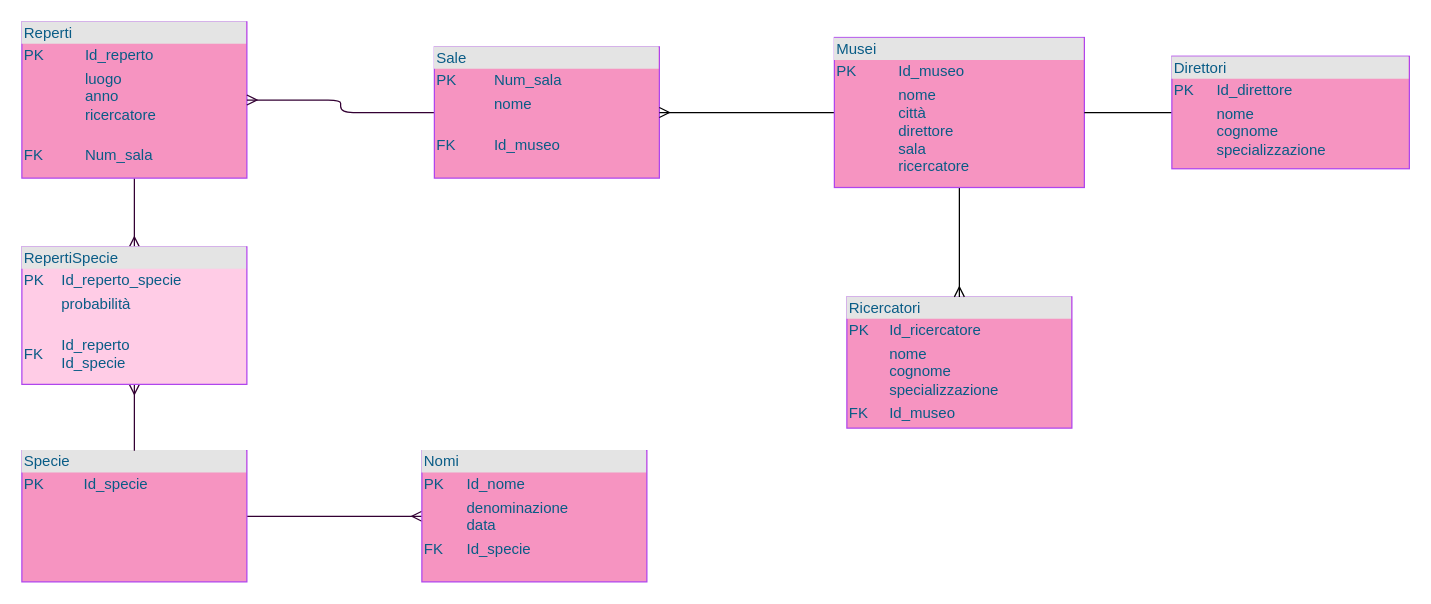
Earlier version of the draw.io diagram paleontologia.drawio (giadaventurini-pixel/vivailmelita). Source tidied: cells renumbered, new cells numbered last; positions are measured from the earlier drawing's top-left corner, leaving out a move shared by most shapes. Both pictures are drawn from the tidied source at 125%, with x=0, y=0 at pixel (21, 21).
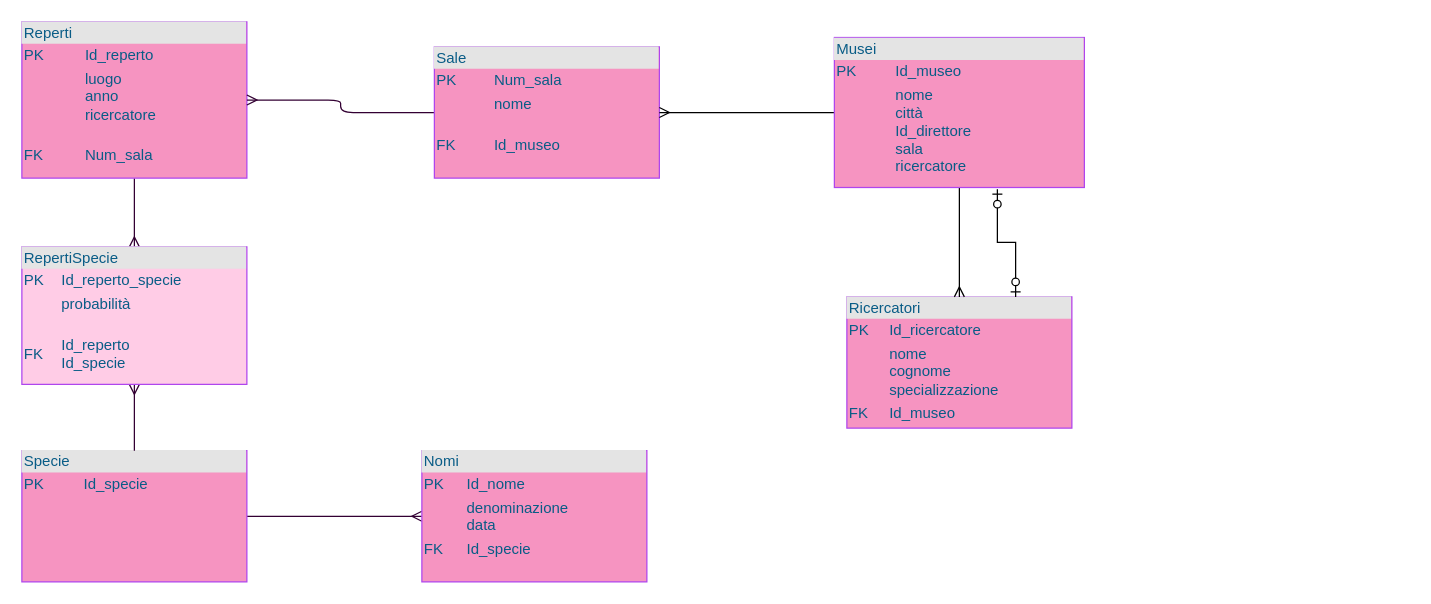
Above is the later version.

Change to the diagram source:
```diff
@@
 <mxGraphModel>
   <root>
     <mxCell id="0" />
     <mxCell id="1" parent="0" />
     <mxCell id="2" style="edgeStyle=orthogonalEdgeStyle;curved=0;rounded=1;sketch=0;jettySize=auto;html=1;entryX=0;entryY=0.5;entryDx=0;entryDy=0;fillColor=#F694C1;fontColor=#095C86;endArrow=ERmany;endFill=0;strokeColor=#330033;exitX=1;exitY=0.5;exitDx=0;exitDy=0;" parent="1" edge="1" source="11" target="12">
       <mxGeometry relative="1" as="geometry" />
     </mxCell>
     <mxCell id="3" style="edgeStyle=orthogonalEdgeStyle;curved=0;rounded=1;sketch=0;jettySize=auto;html=1;endArrow=ERmany;endFill=0;strokeColor=#330033;fillColor=#F694C1;fontColor=#095C86;exitX=0.5;exitY=1;exitDx=0;exitDy=0;entryX=0.5;entryY=0;entryDx=0;entryDy=0;" parent="1" edge="1" source="4" target="14">
       <mxGeometry relative="1" as="geometry" />
     </mxCell>
     <mxCell id="4" value="&lt;div style=&quot;box-sizing: border-box ; width: 100% ; background: #e4e4e4 ; padding: 2px&quot;&gt;Reperti&lt;/div&gt;&lt;table style=&quot;width: 100% ; font-size: 1em&quot; cellpadding=&quot;2&quot; cellspacing=&quot;0&quot;&gt;&lt;tbody&gt;&lt;tr&gt;&lt;td&gt;PK&lt;/td&gt;&lt;td&gt;Id_reperto&lt;br&gt;&lt;/td&gt;&lt;/tr&gt;&lt;tr&gt;&lt;td&gt;&lt;br&gt;&lt;/td&gt;&lt;td&gt;luogo&lt;br&gt;anno&lt;br&gt;ricercatore&lt;br&gt;&lt;br&gt;&lt;/td&gt;&lt;/tr&gt;&lt;tr&gt;&lt;td&gt;FK&amp;nbsp;&lt;/td&gt;&lt;td&gt;Num_sala&lt;/td&gt;&lt;/tr&gt;&lt;/tbody&gt;&lt;/table&gt;" style="verticalAlign=top;align=left;overflow=fill;html=1;fillColor=#F694C1;strokeColor=#AF45ED;fontColor=#095C86;" parent="1" vertex="1">
       <mxGeometry width="180" height="125" as="geometry" />
     </mxCell>
     <mxCell id="5" value="&lt;div style=&quot;box-sizing: border-box ; width: 100% ; background: #e4e4e4 ; padding: 2px&quot;&gt;Ricercatori&lt;/div&gt;&lt;table style=&quot;width: 100% ; font-size: 1em&quot; cellpadding=&quot;2&quot; cellspacing=&quot;0&quot;&gt;&lt;tbody&gt;&lt;tr&gt;&lt;td&gt;PK&lt;/td&gt;&lt;td&gt;Id_ricercatore&lt;br&gt;&lt;/td&gt;&lt;/tr&gt;&lt;tr&gt;&lt;td&gt;&lt;br&gt;&lt;/td&gt;&lt;td&gt;nome&lt;br&gt;cognome&lt;br&gt;specializzazione&lt;/td&gt;&lt;/tr&gt;&lt;tr&gt;&lt;td&gt;FK&lt;/td&gt;&lt;td&gt;Id_museo&lt;/td&gt;&lt;/tr&gt;&lt;/tbody&gt;&lt;/table&gt;" style="verticalAlign=top;align=left;overflow=fill;html=1;fillColor=#F694C1;fontColor=#095C86;strokeColor=#AF45ED;" parent="1" vertex="1">
       <mxGeometry x="660" y="220" width="180" height="105" as="geometry" />
     </mxCell>
     <mxCell id="6" style="edgeStyle=orthogonalEdgeStyle;curved=0;rounded=1;sketch=0;jettySize=auto;html=1;exitX=0;exitY=0.5;exitDx=0;exitDy=0;entryX=1;entryY=0.5;entryDx=0;entryDy=0;endArrow=ERmany;endFill=0;strokeColor=#330033;fillColor=#F694C1;fontColor=#095C86;" parent="1" edge="1" source="7" target="4">
       <mxGeometry relative="1" as="geometry" />
     </mxCell>
     <mxCell id="7" value="&lt;div style=&quot;box-sizing: border-box ; width: 100% ; background: #e4e4e4 ; padding: 2px&quot;&gt;Sale&lt;/div&gt;&lt;table style=&quot;width: 100% ; font-size: 1em&quot; cellpadding=&quot;2&quot; cellspacing=&quot;0&quot;&gt;&lt;tbody&gt;&lt;tr&gt;&lt;td&gt;PK&lt;/td&gt;&lt;td&gt;Num_sala&lt;/td&gt;&lt;/tr&gt;&lt;tr&gt;&lt;td&gt;&lt;br&gt;&lt;/td&gt;&lt;td&gt;nome&lt;/td&gt;&lt;/tr&gt;&lt;tr&gt;&lt;td&gt;FK&lt;/td&gt;&lt;td&gt;&lt;br&gt;Id_museo&lt;br&gt;&lt;br&gt;&lt;/td&gt;&lt;/tr&gt;&lt;/tbody&gt;&lt;/table&gt;" style="verticalAlign=top;align=left;overflow=fill;html=1;fillColor=#F694C1;strokeColor=#AF45ED;fontColor=#095C86;" parent="1" vertex="1">
       <mxGeometry x="330" y="20" width="180" height="105" as="geometry" />
     </mxCell>
     <mxCell id="8" style="edgeStyle=orthogonalEdgeStyle;rounded=0;jettySize=auto;html=1;entryX=0.5;entryY=0;entryDx=0;entryDy=0;endArrow=ERmany;endFill=0;fontColor=#095C86;" parent="1" edge="1" source="10" target="5">
       <mxGeometry relative="1" as="geometry" />
     </mxCell>
     <mxCell id="9" style="edgeStyle=orthogonalEdgeStyle;rounded=0;jettySize=auto;html=1;entryX=1;entryY=0.5;entryDx=0;entryDy=0;endArrow=ERmany;endFill=0;fontColor=#095C86;" parent="1" edge="1" source="10" target="7">
       <mxGeometry relative="1" as="geometry" />
     </mxCell>
-    <mxCell id="10" value="&lt;div style=&quot;box-sizing: border-box ; width: 100% ; background: #e4e4e4 ; padding: 2px&quot;&gt;Musei&lt;/div&gt;&lt;table style=&quot;width: 100% ; font-size: 1em&quot; cellpadding=&quot;2&quot; cellspacing=&quot;0&quot;&gt;&lt;tbody&gt;&lt;tr&gt;&lt;td&gt;PK&lt;/td&gt;&lt;td&gt;Id_museo&lt;br&gt;&lt;/td&gt;&lt;/tr&gt;&lt;tr&gt;&lt;td&gt;&lt;br&gt;&lt;/td&gt;&lt;td&gt;nome&lt;br&gt;città&lt;br&gt;direttore&lt;br&gt;sala&lt;br&gt;ricercatore&lt;/td&gt;&lt;/tr&gt;&lt;tr&gt;&lt;td&gt;&lt;br&gt;&lt;/td&gt;&lt;td&gt;&lt;/td&gt;&lt;/tr&gt;&lt;/tbody&gt;&lt;/table&gt;" style="verticalAlign=top;align=left;overflow=fill;html=1;strokeColor=#AF45ED;fillColor=#F694C1;fontColor=#095C86;" parent="1" vertex="1">
+    <mxCell id="10" value="&lt;div style=&quot;box-sizing: border-box ; width: 100% ; background: #e4e4e4 ; padding: 2px&quot;&gt;Musei&lt;/div&gt;&lt;table style=&quot;width: 100% ; font-size: 1em&quot; cellpadding=&quot;2&quot; cellspacing=&quot;0&quot;&gt;&lt;tbody&gt;&lt;tr&gt;&lt;td&gt;PK&lt;/td&gt;&lt;td&gt;Id_museo&lt;br&gt;&lt;/td&gt;&lt;/tr&gt;&lt;tr&gt;&lt;td&gt;&lt;br&gt;&lt;/td&gt;&lt;td&gt;nome&lt;br&gt;città&lt;br&gt;Id_direttore&lt;br&gt;sala&lt;br&gt;ricercatore&lt;/td&gt;&lt;/tr&gt;&lt;tr&gt;&lt;td&gt;&lt;br&gt;&lt;/td&gt;&lt;td&gt;&lt;/td&gt;&lt;/tr&gt;&lt;/tbody&gt;&lt;/table&gt;" style="verticalAlign=top;align=left;overflow=fill;html=1;strokeColor=#AF45ED;fillColor=#F694C1;fontColor=#095C86;" parent="1" vertex="1">
       <mxGeometry x="650" y="12.5" width="200" height="120" as="geometry" />
     </mxCell>
     <mxCell id="11" value="&lt;div style=&quot;box-sizing: border-box ; width: 100% ; background: #e4e4e4 ; padding: 2px&quot;&gt;Specie&lt;/div&gt;&lt;table style=&quot;width: 100% ; font-size: 1em&quot; cellpadding=&quot;2&quot; cellspacing=&quot;0&quot;&gt;&lt;tbody&gt;&lt;tr&gt;&lt;td&gt;PK&lt;/td&gt;&lt;td&gt;Id_specie&lt;/td&gt;&lt;/tr&gt;&lt;tr&gt;&lt;td&gt;&lt;br&gt;&lt;/td&gt;&lt;td&gt;&lt;br&gt;&lt;/td&gt;&lt;/tr&gt;&lt;tr&gt;&lt;td&gt;&lt;br&gt;&lt;/td&gt;&lt;td&gt;&lt;/td&gt;&lt;/tr&gt;&lt;/tbody&gt;&lt;/table&gt;" style="verticalAlign=top;align=left;overflow=fill;html=1;fillColor=#F694C1;strokeColor=#AF45ED;fontColor=#095C86;" parent="1" vertex="1">
       <mxGeometry y="343" width="180" height="105" as="geometry" />
     </mxCell>
     <mxCell id="12" value="&lt;div style=&quot;box-sizing: border-box ; width: 100% ; background: #e4e4e4 ; padding: 2px&quot;&gt;Nomi&lt;/div&gt;&lt;table style=&quot;width: 100% ; font-size: 1em&quot; cellpadding=&quot;2&quot; cellspacing=&quot;0&quot;&gt;&lt;tbody&gt;&lt;tr&gt;&lt;td&gt;PK&lt;/td&gt;&lt;td&gt;Id_nome&lt;br&gt;&lt;/td&gt;&lt;/tr&gt;&lt;tr&gt;&lt;td&gt;&lt;br&gt;&lt;/td&gt;&lt;td&gt;denominazione&lt;br&gt;data&lt;/td&gt;&lt;/tr&gt;&lt;tr&gt;&lt;td&gt;FK&lt;/td&gt;&lt;td&gt;Id_specie&lt;/td&gt;&lt;/tr&gt;&lt;/tbody&gt;&lt;/table&gt;" style="verticalAlign=top;align=left;overflow=fill;html=1;fillColor=#F694C1;strokeColor=#AF45ED;fontColor=#095C86;" parent="1" vertex="1">
       <mxGeometry x="320" y="343" width="180" height="105" as="geometry" />
     </mxCell>
     <mxCell id="13" style="edgeStyle=orthogonalEdgeStyle;curved=0;rounded=1;sketch=0;jettySize=auto;html=1;exitX=0.5;exitY=0;exitDx=0;exitDy=0;endArrow=ERmany;endFill=0;strokeColor=#330033;fillColor=#F694C1;fontColor=#095C86;entryX=0.5;entryY=1;entryDx=0;entryDy=0;" parent="1" edge="1" source="11" target="14">
       <mxGeometry relative="1" as="geometry" />
     </mxCell>
     <mxCell id="14" value="&lt;div style=&quot;box-sizing: border-box ; width: 100% ; background: #e4e4e4 ; padding: 2px&quot;&gt;RepertiSpecie&lt;/div&gt;&lt;table style=&quot;width: 100% ; font-size: 1em&quot; cellpadding=&quot;2&quot; cellspacing=&quot;0&quot;&gt;&lt;tbody&gt;&lt;tr&gt;&lt;td&gt;PK&lt;/td&gt;&lt;td&gt;Id_reperto_specie&lt;/td&gt;&lt;/tr&gt;&lt;tr&gt;&lt;td&gt;&lt;br&gt;&lt;/td&gt;&lt;td&gt;probabilità&lt;br&gt;&lt;br&gt;&lt;/td&gt;&lt;/tr&gt;&lt;tr&gt;&lt;td&gt;FK&lt;/td&gt;&lt;td&gt;Id_reperto&amp;nbsp;&lt;br&gt;Id_specie&lt;/td&gt;&lt;/tr&gt;&lt;/tbody&gt;&lt;/table&gt;" style="verticalAlign=top;align=left;overflow=fill;html=1;strokeColor=#AF45ED;fontColor=#095C86;fillColor=#FFCCE6;" parent="1" vertex="1">
       <mxGeometry y="180" width="180" height="110" as="geometry" />
     </mxCell>
-    <mxCell id="15" style="edgeStyle=orthogonalEdgeStyle;rounded=0;jettySize=auto;html=1;entryX=1;entryY=0.5;entryDx=0;entryDy=0;endArrow=none;endFill=0;fontColor=#095C86;" parent="1" edge="1" source="16" target="10">
-      <mxGeometry relative="1" as="geometry" />
-    </mxCell>
-    <mxCell id="16" value="&lt;div style=&quot;box-sizing: border-box ; width: 100% ; background: #e4e4e4 ; padding: 2px&quot;&gt;Direttori&lt;/div&gt;&lt;table style=&quot;width: 100% ; font-size: 1em&quot; cellpadding=&quot;2&quot; cellspacing=&quot;0&quot;&gt;&lt;tbody&gt;&lt;tr&gt;&lt;td&gt;PK&lt;/td&gt;&lt;td&gt;Id_direttore&lt;/td&gt;&lt;/tr&gt;&lt;tr&gt;&lt;td&gt;&lt;br&gt;&lt;/td&gt;&lt;td&gt;nome&lt;br&gt;cognome&lt;br&gt;specializzazione&lt;/td&gt;&lt;/tr&gt;&lt;/tbody&gt;&lt;/table&gt;" style="verticalAlign=top;align=left;overflow=fill;html=1;fillColor=#F694C1;strokeColor=#AF45ED;fontColor=#095C86;" parent="1" vertex="1">
-      <mxGeometry x="920" y="27.5" width="190" height="90" as="geometry" />
-    </mxCell>
+    <mxCell id="17" style="edgeStyle=orthogonalEdgeStyle;rounded=0;jettySize=auto;html=1;entryX=0.75;entryY=0;entryDx=0;entryDy=0;endArrow=ERzeroToOne;endFill=1;fontColor=#095C86;startArrow=ERzeroToOne;startFill=1;exitX=0.652;exitY=1.011;exitDx=0;exitDy=0;exitPerimeter=0;" parent="1" edge="1" source="10" target="5">
+      <mxGeometry relative="1" as="geometry" />
+    </mxCell>
   </root>
 </mxGraphModel>
```
